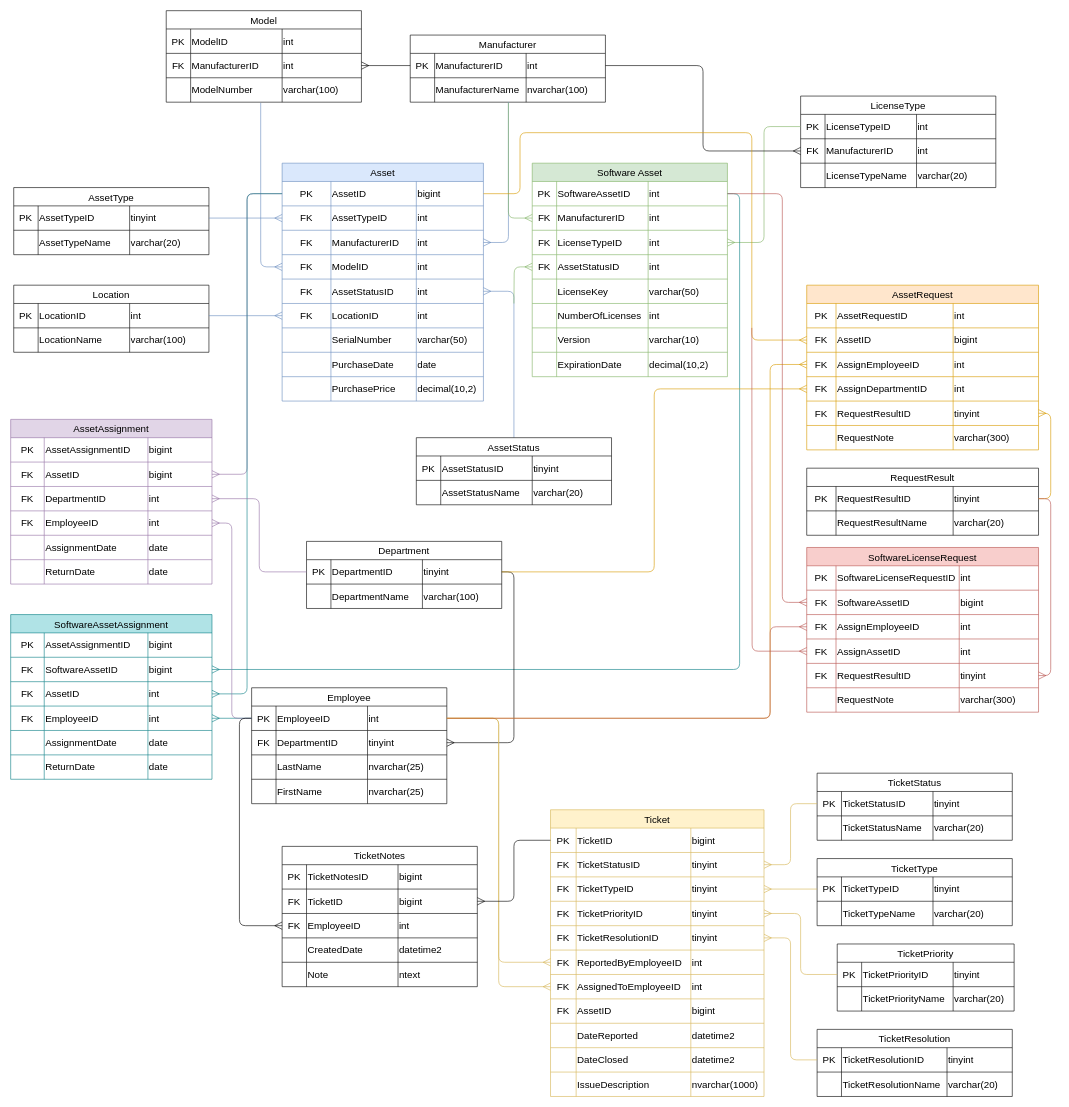
Before: Wireframes/ERD.drawio in TRed91/ITAssetTracking, a draw.io diagram. Source tidied: cells renumbered, new cells numbered last; positions are measured from the earlier drawing's top-left corner, leaving out a move shared by most shapes. Both pictures are drawn from the tidied source at 61%, with x=0, y=0 at pixel (10, 10).
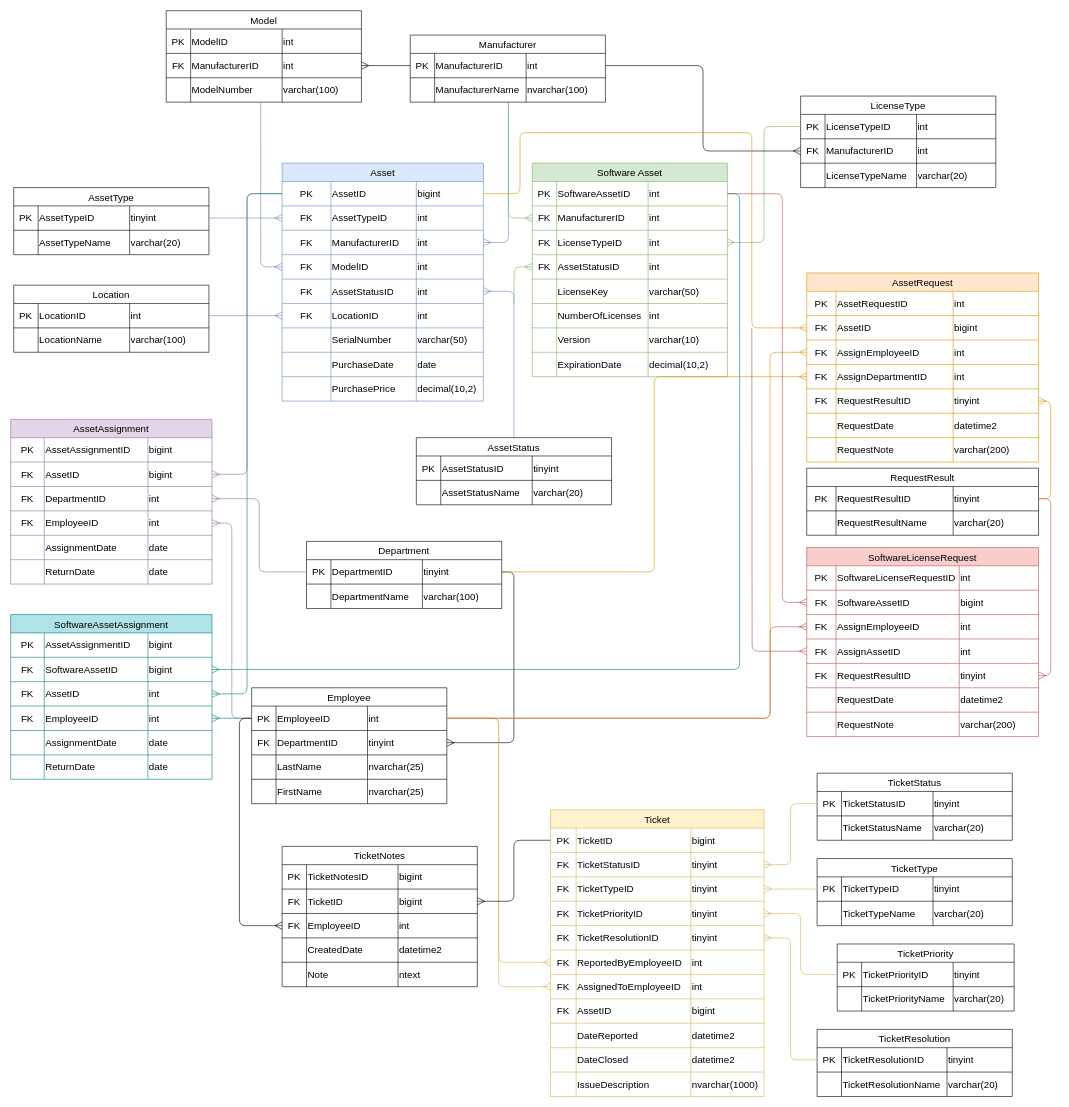
After the change.

Unchanged cells that the change refers to:
```xml
<mxCell id="3" style="shape=tableRow;horizontal=0;startSize=0;swimlaneHead=0;swimlaneBody=0;strokeColor=inherit;top=0;left=0;bottom=0;right=0;fillColor=none;points=[[0,0.5],[1,0.5]];portConstraint=eastwest;fontSize=16;" parent="2" vertex="1">
  <mxGeometry y="30" width="330" height="40" as="geometry" />
</mxCell>
<mxCell id="208" style="shape=tableRow;horizontal=0;startSize=0;swimlaneHead=0;swimlaneBody=0;strokeColor=inherit;top=0;left=0;bottom=0;right=0;fillColor=none;points=[[0,0.5],[1,0.5]];portConstraint=eastwest;fontSize=16;" parent="207" vertex="1">
  <mxGeometry y="30" width="320" height="40" as="geometry" />
</mxCell>
<mxCell id="342" style="shape=tableRow;horizontal=0;startSize=0;swimlaneHead=0;swimlaneBody=0;strokeColor=inherit;top=0;left=0;bottom=0;right=0;fillColor=none;points=[[0,0.5],[1,0.5]];portConstraint=eastwest;fontSize=16;" parent="337" vertex="1">
  <mxGeometry y="70" width="380" height="40" as="geometry" />
</mxCell>
<mxCell id="346" style="shape=tableRow;horizontal=0;startSize=0;swimlaneHead=0;swimlaneBody=0;strokeColor=inherit;top=0;left=0;bottom=0;right=0;fillColor=none;points=[[0,0.5],[1,0.5]];portConstraint=eastwest;fontSize=16;" parent="337" vertex="1">
  <mxGeometry y="110" width="380" height="40" as="geometry" />
</mxCell>
<mxCell id="358" style="shape=tableRow;horizontal=0;startSize=0;swimlaneHead=0;swimlaneBody=0;strokeColor=inherit;top=0;left=0;bottom=0;right=0;fillColor=none;fontSize=16;" parent="337" vertex="1">
  <mxGeometry y="230" width="380" height="40" as="geometry" />
</mxCell>
<mxCell id="393" style="shape=tableRow;horizontal=0;startSize=0;swimlaneHead=0;swimlaneBody=0;strokeColor=inherit;top=0;left=0;bottom=0;right=0;fillColor=none;fontSize=16;" parent="372" vertex="1">
  <mxGeometry y="230" width="380" height="40" as="geometry" />
</mxCell>
```

What changed in the source:
```diff
@@
     <mxCell id="337" value="AssetRequest" style="shape=table;startSize=30;childLayout=tableLayout;strokeColor=#d79b00;fontSize=16;fillColor=#ffe6cc;" parent="1" vertex="1">
-      <mxGeometry x="1305" y="450" width="380" height="270" as="geometry" />
+      <mxGeometry x="1305" y="430" width="380" height="310" as="geometry" />
     </mxCell>
@@
-    <mxCell id="360" value="RequestNote" style="shape=partialRectangle;html=1;whiteSpace=wrap;strokeColor=inherit;overflow=hidden;fillColor=none;top=0;left=0;bottom=0;right=0;fontSize=16;align=left;" parent="358" vertex="1">
+    <mxCell id="360" value="&lt;div&gt;RequestDate&lt;/div&gt;" style="shape=partialRectangle;html=1;whiteSpace=wrap;strokeColor=inherit;overflow=hidden;fillColor=none;top=0;left=0;bottom=0;right=0;fontSize=16;align=left;" parent="358" vertex="1">
       <mxGeometry x="48" width="192" height="40" as="geometry" />
     </mxCell>
-    <mxCell id="361" value="varchar(300)" style="shape=partialRectangle;html=1;whiteSpace=wrap;strokeColor=inherit;overflow=hidden;fillColor=none;top=0;left=0;bottom=0;right=0;fontSize=16;align=left;" parent="358" vertex="1">
+    <mxCell id="361" value="datetime2" style="shape=partialRectangle;html=1;whiteSpace=wrap;strokeColor=inherit;overflow=hidden;fillColor=none;top=0;left=0;bottom=0;right=0;fontSize=16;align=left;" parent="358" vertex="1">
       <mxGeometry x="240" width="140" height="40" as="geometry" />
     </mxCell>
+    <mxCell id="404" style="shape=tableRow;horizontal=0;startSize=0;swimlaneHead=0;swimlaneBody=0;strokeColor=inherit;top=0;left=0;bottom=0;right=0;fillColor=none;fontSize=16;" parent="337" vertex="1">
+      <mxGeometry y="270" width="380" height="40" as="geometry" />
+    </mxCell>
+    <mxCell id="405" style="shape=partialRectangle;html=1;whiteSpace=wrap;strokeColor=inherit;overflow=hidden;fillColor=none;top=0;left=0;bottom=0;right=0;fontSize=16;" parent="404" vertex="1">
+      <mxGeometry width="48" height="40" as="geometry" />
+    </mxCell>
+    <mxCell id="406" value="RequestNote" style="shape=partialRectangle;html=1;whiteSpace=wrap;strokeColor=inherit;overflow=hidden;fillColor=none;top=0;left=0;bottom=0;right=0;fontSize=16;align=left;" parent="404" vertex="1">
+      <mxGeometry x="48" width="192" height="40" as="geometry" />
+    </mxCell>
+    <mxCell id="407" value="varchar(200)" style="shape=partialRectangle;html=1;whiteSpace=wrap;strokeColor=inherit;overflow=hidden;fillColor=none;top=0;left=0;bottom=0;right=0;fontSize=16;align=left;" parent="404" vertex="1">
+      <mxGeometry x="240" width="140" height="40" as="geometry" />
+    </mxCell>
@@
     <mxCell id="372" value="SoftwareLicenseRequest" style="shape=table;startSize=30;childLayout=tableLayout;strokeColor=#b85450;fontSize=16;fillColor=#f8cecc;" parent="1" vertex="1">
-      <mxGeometry x="1305" y="880" width="380" height="270" as="geometry" />
+      <mxGeometry x="1305" y="880" width="380" height="310" as="geometry" />
     </mxCell>
@@
-    <mxCell id="395" value="RequestNote" style="shape=partialRectangle;html=1;whiteSpace=wrap;strokeColor=inherit;overflow=hidden;fillColor=none;top=0;left=0;bottom=0;right=0;fontSize=16;align=left;" parent="393" vertex="1">
+    <mxCell id="395" value="RequestDate" style="shape=partialRectangle;html=1;whiteSpace=wrap;strokeColor=inherit;overflow=hidden;fillColor=none;top=0;left=0;bottom=0;right=0;fontSize=16;align=left;" parent="393" vertex="1">
       <mxGeometry x="48" width="202" height="40" as="geometry" />
     </mxCell>
-    <mxCell id="396" value="varchar(300)" style="shape=partialRectangle;html=1;whiteSpace=wrap;strokeColor=inherit;overflow=hidden;fillColor=none;top=0;left=0;bottom=0;right=0;fontSize=16;align=left;" parent="393" vertex="1">
+    <mxCell id="396" value="datetime2" style="shape=partialRectangle;html=1;whiteSpace=wrap;strokeColor=inherit;overflow=hidden;fillColor=none;top=0;left=0;bottom=0;right=0;fontSize=16;align=left;" parent="393" vertex="1">
       <mxGeometry x="250" width="130" height="40" as="geometry" />
     </mxCell>
+    <mxCell id="408" style="shape=tableRow;horizontal=0;startSize=0;swimlaneHead=0;swimlaneBody=0;strokeColor=inherit;top=0;left=0;bottom=0;right=0;fillColor=none;fontSize=16;" parent="372" vertex="1">
+      <mxGeometry y="270" width="380" height="40" as="geometry" />
+    </mxCell>
+    <mxCell id="409" style="shape=partialRectangle;html=1;whiteSpace=wrap;strokeColor=inherit;overflow=hidden;fillColor=none;top=0;left=0;bottom=0;right=0;fontSize=16;" parent="408" vertex="1">
+      <mxGeometry width="48" height="40" as="geometry" />
+    </mxCell>
+    <mxCell id="410" value="RequestNote" style="shape=partialRectangle;html=1;whiteSpace=wrap;strokeColor=inherit;overflow=hidden;fillColor=none;top=0;left=0;bottom=0;right=0;fontSize=16;align=left;" parent="408" vertex="1">
+      <mxGeometry x="48" width="202" height="40" as="geometry" />
+    </mxCell>
+    <mxCell id="411" value="varchar(200)" style="shape=partialRectangle;html=1;whiteSpace=wrap;strokeColor=inherit;overflow=hidden;fillColor=none;top=0;left=0;bottom=0;right=0;fontSize=16;align=left;" parent="408" vertex="1">
+      <mxGeometry x="250" width="130" height="40" as="geometry" />
+    </mxCell>
@@
     <mxCell id="398" style="edgeStyle=orthogonalEdgeStyle;rounded=1;jettySize=auto;html=1;exitX=1;exitY=0.5;exitDx=0;exitDy=0;entryX=0;entryY=0.5;entryDx=0;entryDy=0;endArrow=ERmany;startFill=0;startArrow=none;startSize=10;endFill=0;endSize=10;curved=0;fillColor=#ffe6cc;strokeColor=#d79b00;" parent="1" edge="1" source="3" target="342">
       <mxGeometry relative="1" as="geometry">
         <Array as="points">
           <mxPoint x="835" y="300" />
           <mxPoint x="835" y="200" />
           <mxPoint x="1215" y="200" />
-          <mxPoint x="1215" y="540" />
+          <mxPoint x="1215" y="520" />
         </Array>
       </mxGeometry>
     </mxCell>
     <mxCell id="399" style="edgeStyle=orthogonalEdgeStyle;rounded=1;jettySize=auto;html=1;exitX=0;exitY=0.5;exitDx=0;exitDy=0;entryX=1;entryY=0.5;entryDx=0;entryDy=0;curved=0;endArrow=none;startFill=0;startArrow=ERmany;startSize=10;fillColor=#ffe6cc;strokeColor=#d79b00;" parent="1" edge="1" source="346" target="208">
       <mxGeometry relative="1" as="geometry">
         <Array as="points">
-          <mxPoint x="1245" y="580" />
+          <mxPoint x="1245" y="560" />
           <mxPoint x="1245" y="1160" />
         </Array>
       </mxGeometry>
     </mxCell>
```
